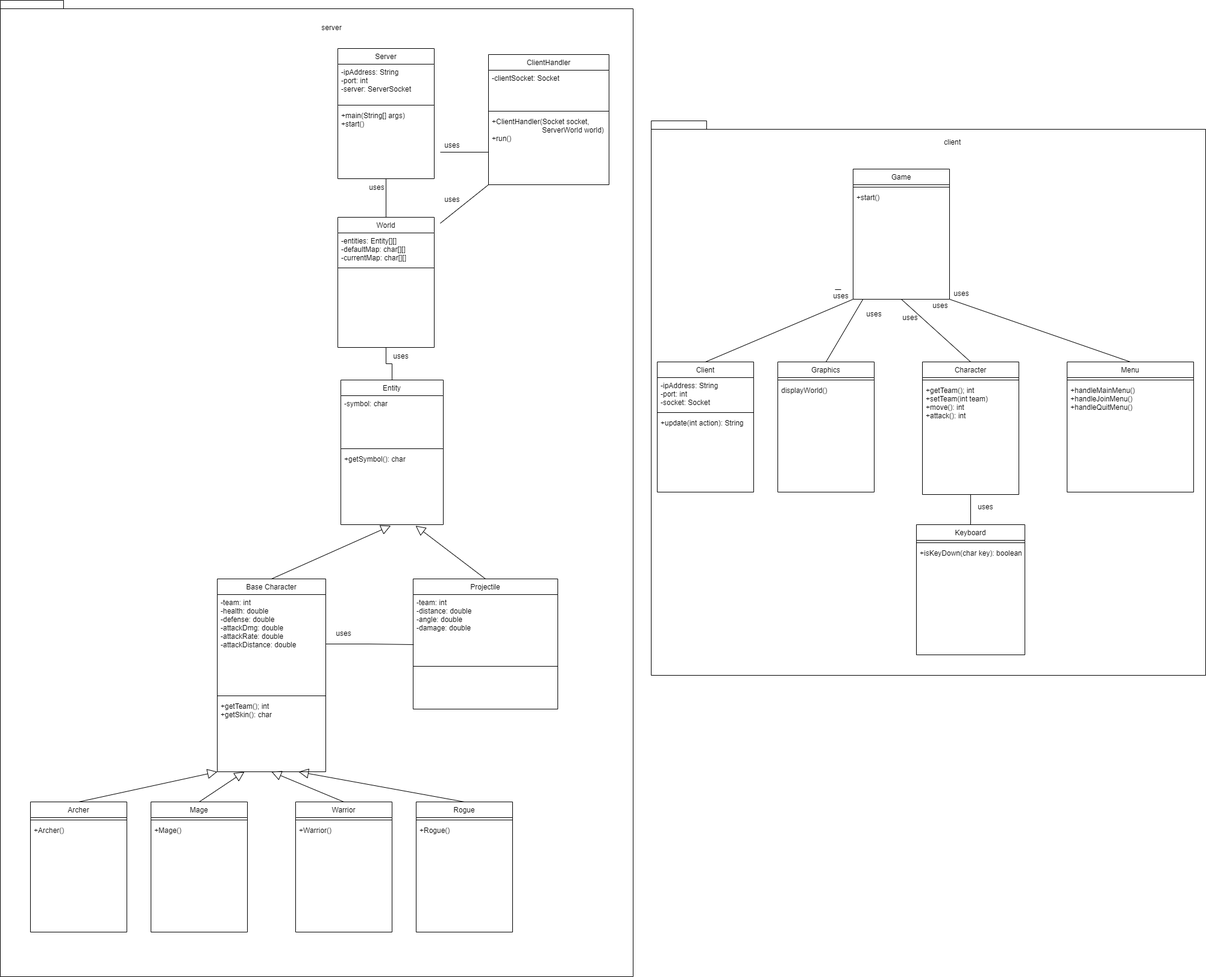
Earlier version of the draw.io export Project Diagram.png (TravisHammondCSUS/CSC131Project). Source tidied: cells renumbered, new cells last; positions are measured from the earlier drawing's top-left corner, leaving out a move shared by most shapes.
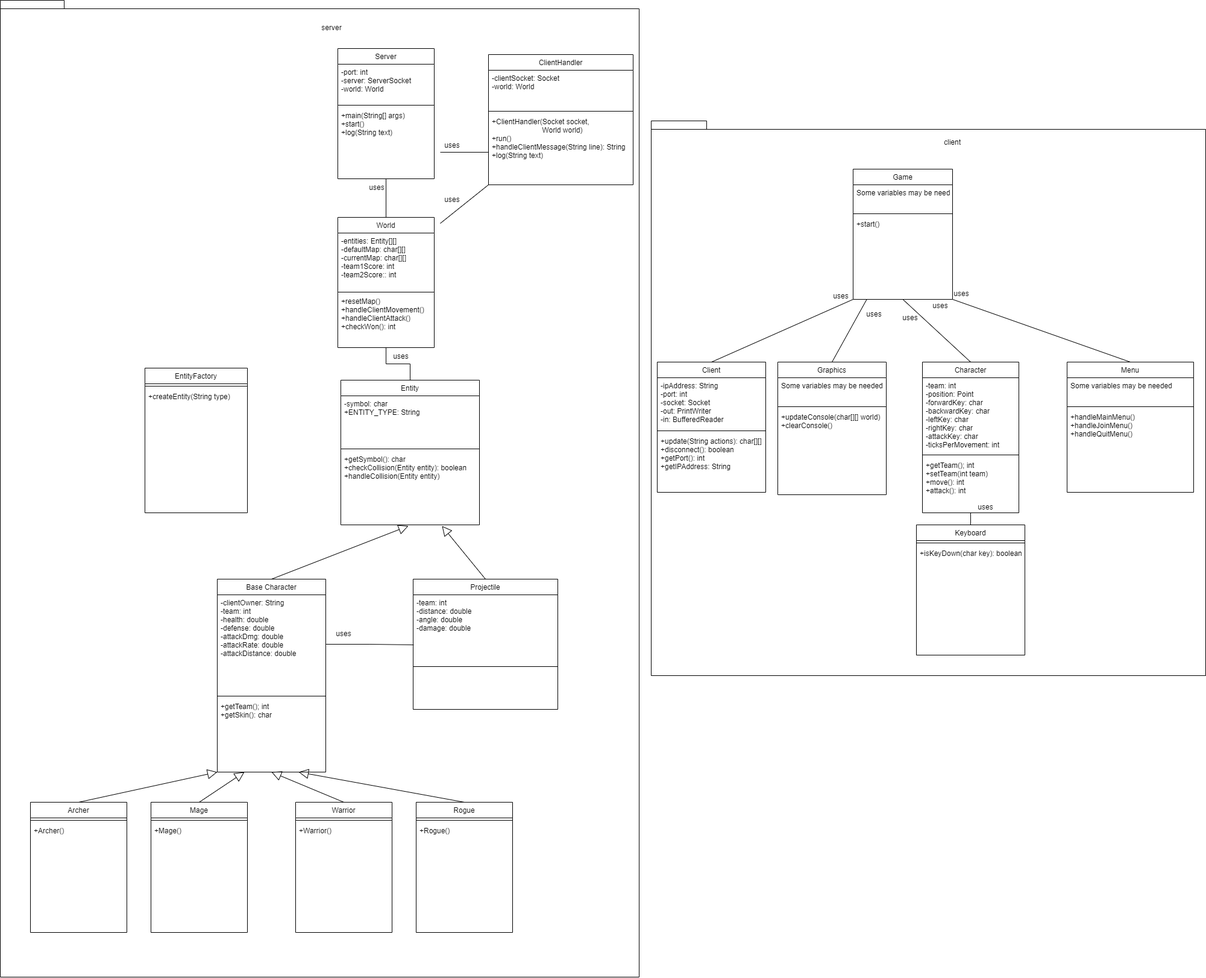
After the commit.

What changed in the source:
```diff
@@ -6,7 +6,7 @@
       <mxGeometry x="1080" y="200" width="920" height="920" as="geometry" />
     </mxCell>
     <mxCell id="3" style="shape=folder;fontStyle=1;spacingTop=10;tabWidth=40;tabHeight=14;tabPosition=left;html=1;align=left;" parent="1" vertex="1">
-      <mxGeometry width="1050" height="1620" as="geometry" />
+      <mxGeometry width="1060" height="1620" as="geometry" />
     </mxCell>
     <mxCell id="4" style="edgeStyle=none;curved=1;rounded=0;jettySize=auto;html=1;exitX=0.5;exitY=1;exitDx=0;exitDy=0;entryX=0.5;entryY=0;entryDx=0;entryDy=0;endArrow=none;endFill=0;startSize=14;endSize=14;sourcePerimeterSpacing=0;targetPerimeterSpacing=0;" parent="1" edge="1" source="5" target="10">
       <mxGeometry relative="1" as="geometry" />
@@ -14,13 +14,13 @@
     <mxCell id="5" value="Server" style="swimlane;fontStyle=0;align=center;verticalAlign=top;horizontal=1;startSize=26;rounded=0;shadow=0;strokeWidth=1;" parent="1" vertex="1">
       <mxGeometry x="560" y="80" width="160" height="216" as="geometry" />
     </mxCell>
-    <mxCell id="6" value="-ipAddress: String&#10;-port: int&#10;-server: ServerSocket" style="text;align=left;verticalAlign=top;spacingLeft=4;spacingRight=4;overflow=hidden;rounded=0;shadow=0;html=0;" parent="5" vertex="1">
+    <mxCell id="6" value="-port: int&#10;-server: ServerSocket&#10;-world: World" style="text;align=left;verticalAlign=top;spacingLeft=4;spacingRight=4;overflow=hidden;rounded=0;shadow=0;html=0;" parent="5" vertex="1">
       <mxGeometry y="26" width="160" height="64" as="geometry" />
     </mxCell>
     <mxCell id="7" style="line;html=1;strokeWidth=1;align=left;verticalAlign=middle;spacingTop=-1;spacingLeft=3;spacingRight=3;labelPosition=right;" parent="5" vertex="1">
       <mxGeometry y="90" width="160" height="8" as="geometry" />
     </mxCell>
-    <mxCell id="8" value="+main(String[] args)&#10;+start()&#10;" style="text;align=left;verticalAlign=top;spacingLeft=4;spacingRight=4;overflow=hidden;" parent="5" vertex="1">
+    <mxCell id="8" value="+main(String[] args)&#10;+start()&#10;+log(String text)" style="text;align=left;verticalAlign=top;spacingLeft=4;spacingRight=4;overflow=hidden;" parent="5" vertex="1">
       <mxGeometry y="98" width="160" height="92" as="geometry" />
     </mxCell>
     <mxCell id="9" style="edgeStyle=orthogonalEdgeStyle;rounded=0;jettySize=auto;html=1;entryX=0.5;entryY=0;entryDx=0;entryDy=0;endArrow=none;endFill=0;" parent="1" edge="1" source="10" target="37">
@@ -29,11 +29,11 @@
     <mxCell id="10" value="World" style="swimlane;fontStyle=0;align=center;verticalAlign=top;horizontal=1;startSize=26;rounded=0;shadow=0;strokeWidth=1;" parent="1" vertex="1">
       <mxGeometry x="560" y="360" width="160" height="216" as="geometry" />
     </mxCell>
-    <mxCell id="11" value="-entities: Entity[][]&#10;-defaultMap: char[][]&#10;-currentMap: char[][]" style="text;align=left;verticalAlign=top;spacingLeft=4;spacingRight=4;overflow=hidden;rounded=0;shadow=0;html=0;" parent="10" vertex="1">
-      <mxGeometry y="26" width="160" height="44" as="geometry" />
+    <mxCell id="11" value="-entities: Entity[][]&#10;-defaultMap: char[][]&#10;-currentMap: char[][]&#10;-team1Score: int&#10;-team2Score:: int" style="text;align=left;verticalAlign=top;spacingLeft=4;spacingRight=4;overflow=hidden;rounded=0;shadow=0;html=0;" parent="10" vertex="1">
+      <mxGeometry y="26" width="160" height="84" as="geometry" />
     </mxCell>
     <mxCell id="12" style="line;html=1;strokeWidth=1;align=left;verticalAlign=middle;spacingTop=-1;spacingLeft=3;spacingRight=3;labelPosition=right;" parent="10" vertex="1">
-      <mxGeometry y="70" width="160" height="28" as="geometry" />
+      <mxGeometry y="110" width="160" height="28" as="geometry" />
     </mxCell>
     <mxCell id="13" style="edgeStyle=none;curved=1;rounded=0;jettySize=auto;html=1;exitX=0.5;exitY=1;exitDx=0;exitDy=0;entryX=0.5;entryY=0;entryDx=0;entryDy=0;endArrow=none;endFill=0;startSize=14;endSize=14;sourcePerimeterSpacing=0;targetPerimeterSpacing=0;startArrow=block;startFill=0;" parent="1" edge="1" source="17" target="27">
       <mxGeometry relative="1" as="geometry" />
@@ -50,7 +50,7 @@
     <mxCell id="17" value="Base Character" style="swimlane;fontStyle=0;align=center;verticalAlign=top;horizontal=1;startSize=26;rounded=0;shadow=0;strokeWidth=1;" parent="1" vertex="1">
       <mxGeometry x="360" y="960" width="180" height="320" as="geometry" />
     </mxCell>
-    <mxCell id="18" value="-team: int&#10;-health: double&#10;-defense: double&#10;-attackDmg: double&#10;-attackRate: double&#10;-attackDistance: double" style="text;align=left;verticalAlign=top;spacingLeft=4;spacingRight=4;overflow=hidden;points=[[0,0.5],[1,0.5]];portConstraint=eastwest;rounded=0;shadow=0;html=0;" parent="17" vertex="1">
+    <mxCell id="18" value="-clientOwner: String&#10;-team: int&#10;-health: double&#10;-defense: double&#10;-attackDmg: double&#10;-attackRate: double&#10;-attackDistance: double" style="text;align=left;verticalAlign=top;spacingLeft=4;spacingRight=4;overflow=hidden;points=[[0,0.5],[1,0.5]];portConstraint=eastwest;rounded=0;shadow=0;html=0;" parent="17" vertex="1">
       <mxGeometry y="26" width="180" height="164" as="geometry" />
     </mxCell>
     <mxCell id="19" style="line;html=1;strokeWidth=1;align=left;verticalAlign=middle;spacingTop=-1;spacingLeft=3;spacingRight=3;labelPosition=right;" parent="17" vertex="1">
@@ -108,16 +108,16 @@
       <mxGeometry y="120" width="240" height="50" as="geometry" />
     </mxCell>
     <mxCell id="37" value="Entity" style="swimlane;fontStyle=0;align=center;verticalAlign=top;horizontal=1;startSize=26;rounded=0;shadow=0;strokeWidth=1;" parent="1" vertex="1">
-      <mxGeometry x="565" y="630" width="170" height="240" as="geometry" />
+      <mxGeometry x="565" y="630" width="230" height="240" as="geometry" />
     </mxCell>
-    <mxCell id="38" value="-symbol: char" style="text;align=left;verticalAlign=top;spacingLeft=4;spacingRight=4;overflow=hidden;rounded=0;shadow=0;html=0;" parent="37" vertex="1">
-      <mxGeometry y="26" width="170" height="84" as="geometry" />
+    <mxCell id="38" value="-symbol: char&#10;+ENTITY_TYPE: String" style="text;align=left;verticalAlign=top;spacingLeft=4;spacingRight=4;overflow=hidden;rounded=0;shadow=0;html=0;" parent="37" vertex="1">
+      <mxGeometry y="26" width="230" height="84" as="geometry" />
     </mxCell>
     <mxCell id="39" style="line;html=1;strokeWidth=1;align=left;verticalAlign=middle;spacingTop=-1;spacingLeft=3;spacingRight=3;labelPosition=right;" parent="37" vertex="1">
-      <mxGeometry y="110" width="170" height="8" as="geometry" />
+      <mxGeometry y="110" width="230" height="8" as="geometry" />
     </mxCell>
-    <mxCell id="40" value="+getSymbol(): char" style="text;align=left;verticalAlign=top;spacingLeft=4;spacingRight=4;overflow=hidden;points=[[0,0.5],[1,0.5]];portConstraint=eastwest;" parent="37" vertex="1">
-      <mxGeometry y="118" width="170" height="122" as="geometry" />
+    <mxCell id="40" value="+getSymbol(): char&#10;+checkCollision(Entity entity): boolean&#10;+handleCollision(Entity entity)" style="text;align=left;verticalAlign=top;spacingLeft=4;spacingRight=4;overflow=hidden;points=[[0,0.5],[1,0.5]];portConstraint=eastwest;" parent="37" vertex="1">
+      <mxGeometry y="118" width="230" height="122" as="geometry" />
     </mxCell>
     <mxCell id="41" value="uses" style="text;html=1;strokeColor=none;fillColor=none;align=center;verticalAlign=middle;whiteSpace=wrap;rounded=0;hachureGap=4;" parent="1" vertex="1">
       <mxGeometry x="645" y="580" width="40" height="20" as="geometry" />
@@ -129,25 +129,28 @@
       <mxGeometry relative="1" as="geometry" />
     </mxCell>
     <mxCell id="44" value="Client" style="swimlane;fontStyle=0;align=center;verticalAlign=top;horizontal=1;startSize=26;rounded=0;shadow=0;strokeWidth=1;" parent="1" vertex="1">
-      <mxGeometry x="1090" y="600" width="160" height="216" as="geometry" />
+      <mxGeometry x="1090" y="600" width="180" height="216" as="geometry" />
     </mxCell>
-    <mxCell id="45" value="-ipAddress: String&#10;-port: int&#10;-socket: Socket" style="text;align=left;verticalAlign=top;spacingLeft=4;spacingRight=4;overflow=hidden;rounded=0;shadow=0;html=0;" parent="44" vertex="1">
-      <mxGeometry y="26" width="160" height="54" as="geometry" />
+    <mxCell id="45" value="-ipAddress: String&#10;-port: int&#10;-socket: Socket&#10;-out: PrintWriter&#10;-in: BufferedReader" style="text;align=left;verticalAlign=top;spacingLeft=4;spacingRight=4;overflow=hidden;rounded=0;shadow=0;html=0;" parent="44" vertex="1">
+      <mxGeometry y="26" width="180" height="84" as="geometry" />
     </mxCell>
     <mxCell id="46" style="line;html=1;strokeWidth=1;align=left;verticalAlign=middle;spacingTop=-1;spacingLeft=3;spacingRight=3;labelPosition=right;" parent="44" vertex="1">
-      <mxGeometry y="80" width="160" height="8" as="geometry" />
+      <mxGeometry y="110" width="180" height="8" as="geometry" />
     </mxCell>
-    <mxCell id="47" value="+update(int action): String" style="text;align=left;verticalAlign=top;spacingLeft=4;spacingRight=4;overflow=hidden;" parent="44" vertex="1">
-      <mxGeometry y="88" width="160" height="72" as="geometry" />
+    <mxCell id="47" value="+update(String actions): char[][]&#10;+disconnect(): boolean&#10;+getPort(): int&#10;+getIPAddress: String" style="text;align=left;verticalAlign=top;spacingLeft=4;spacingRight=4;overflow=hidden;" parent="44" vertex="1">
+      <mxGeometry y="118" width="180" height="82" as="geometry" />
     </mxCell>
     <mxCell id="48" value="Graphics" style="swimlane;fontStyle=0;align=center;verticalAlign=top;horizontal=1;startSize=26;rounded=0;shadow=0;strokeWidth=1;" parent="1" vertex="1">
-      <mxGeometry x="1290" y="600" width="160" height="216" as="geometry" />
+      <mxGeometry x="1290" y="600" width="180" height="220" as="geometry" />
     </mxCell>
+    <mxCell id="87" value="Some variables may be needed" style="text;align=left;verticalAlign=top;spacingLeft=4;spacingRight=4;overflow=hidden;rounded=0;shadow=0;html=0;" parent="48" vertex="1">
+      <mxGeometry y="26" width="180" height="44" as="geometry" />
+    </mxCell>
     <mxCell id="49" style="line;html=1;strokeWidth=1;align=left;verticalAlign=middle;spacingTop=-1;spacingLeft=3;spacingRight=3;labelPosition=right;" parent="48" vertex="1">
-      <mxGeometry y="26" width="160" height="8" as="geometry" />
+      <mxGeometry y="70" width="180" height="8" as="geometry" />
     </mxCell>
-    <mxCell id="50" value="displayWorld()" style="text;align=left;verticalAlign=top;spacingLeft=4;spacingRight=4;overflow=hidden;" parent="48" vertex="1">
-      <mxGeometry y="34" width="160" height="26" as="geometry" />
+    <mxCell id="50" value="+updateConsole(char[][] world)&#10;+clearConsole()&#10;" style="text;align=left;verticalAlign=top;spacingLeft=4;spacingRight=4;overflow=hidden;" parent="48" vertex="1">
+      <mxGeometry y="78" width="180" height="100" as="geometry" />
     </mxCell>
     <mxCell id="51" style="edgeStyle=none;rounded=0;jettySize=auto;html=1;exitX=0.5;exitY=0;exitDx=0;exitDy=0;entryX=0.5;entryY=1;entryDx=0;entryDy=0;endArrow=none;endFill=0;" parent="1" edge="1" source="52" target="77">
       <mxGeometry relative="1" as="geometry" />
@@ -164,11 +167,14 @@
     <mxCell id="55" value="Menu" style="swimlane;fontStyle=0;align=center;verticalAlign=top;horizontal=1;startSize=26;rounded=0;shadow=0;strokeWidth=1;" parent="1" vertex="1">
       <mxGeometry x="1770" y="600" width="210" height="216" as="geometry" />
     </mxCell>
+    <mxCell id="88" value="Some variables may be needed" style="text;align=left;verticalAlign=top;spacingLeft=4;spacingRight=4;overflow=hidden;rounded=0;shadow=0;html=0;" parent="55" vertex="1">
+      <mxGeometry y="26" width="210" height="44" as="geometry" />
+    </mxCell>
     <mxCell id="56" style="line;html=1;strokeWidth=1;align=left;verticalAlign=middle;spacingTop=-1;spacingLeft=3;spacingRight=3;labelPosition=right;" parent="55" vertex="1">
-      <mxGeometry y="26" width="210" height="8" as="geometry" />
+      <mxGeometry y="70" width="210" height="8" as="geometry" />
     </mxCell>
     <mxCell id="57" value="+handleMainMenu()&#10;+handleJoinMenu()&#10;+handleQuitMenu()&#10;" style="text;align=left;verticalAlign=top;spacingLeft=4;spacingRight=4;overflow=hidden;" parent="55" vertex="1">
-      <mxGeometry y="34" width="210" height="130" as="geometry" />
+      <mxGeometry y="78" width="210" height="130" as="geometry" />
     </mxCell>
     <mxCell id="58" style="edgeStyle=none;curved=1;rounded=0;jettySize=auto;html=1;entryX=0.5;entryY=0;entryDx=0;entryDy=0;endArrow=none;startSize=14;endSize=14;sourcePerimeterSpacing=0;targetPerimeterSpacing=0;endFill=0;" parent="1" edge="1" source="61" target="48">
       <mxGeometry relative="1" as="geometry" />
@@ -180,13 +186,16 @@
       <mxGeometry relative="1" as="geometry" />
     </mxCell>
     <mxCell id="61" value="Game" style="swimlane;fontStyle=0;align=center;verticalAlign=top;horizontal=1;startSize=26;rounded=0;shadow=0;strokeWidth=1;" parent="1" vertex="1">
-      <mxGeometry x="1415" y="280" width="160" height="216" as="geometry" />
+      <mxGeometry x="1415" y="280" width="165" height="216" as="geometry" />
     </mxCell>
+    <mxCell id="89" value="Some variables may be needed" style="text;align=left;verticalAlign=top;spacingLeft=4;spacingRight=4;overflow=hidden;rounded=0;shadow=0;html=0;" parent="61" vertex="1">
+      <mxGeometry y="26" width="165" height="44" as="geometry" />
+    </mxCell>
     <mxCell id="62" style="line;html=1;strokeWidth=1;align=left;verticalAlign=middle;spacingTop=-1;spacingLeft=3;spacingRight=3;labelPosition=right;" parent="61" vertex="1">
-      <mxGeometry y="26" width="160" height="8" as="geometry" />
+      <mxGeometry y="70" width="165" height="8" as="geometry" />
     </mxCell>
     <mxCell id="63" value="+start()" style="text;align=left;verticalAlign=top;spacingLeft=4;spacingRight=4;overflow=hidden;" parent="61" vertex="1">
-      <mxGeometry y="34" width="160" height="26" as="geometry" />
+      <mxGeometry y="78" width="165" height="26" as="geometry" />
     </mxCell>
     <mxCell id="64" value="uses" style="text;html=1;strokeColor=none;fillColor=none;align=center;verticalAlign=middle;whiteSpace=wrap;rounded=0;hachureGap=4;" parent="1" vertex="1">
       <mxGeometry x="1490" y="516" width="40" height="20" as="geometry" />
@@ -201,16 +210,16 @@
       <mxGeometry x="1375" y="480" width="40" height="20" as="geometry" />
     </mxCell>
     <mxCell id="68" value="ClientHandler" style="swimlane;fontStyle=0;align=center;verticalAlign=top;horizontal=1;startSize=26;rounded=0;shadow=0;strokeWidth=1;" parent="1" vertex="1">
-      <mxGeometry x="810" y="90" width="200" height="216" as="geometry" />
+      <mxGeometry x="810" y="90" width="240" height="216" as="geometry" />
     </mxCell>
-    <mxCell id="69" value="-clientSocket: Socket" style="text;align=left;verticalAlign=top;spacingLeft=4;spacingRight=4;overflow=hidden;rounded=0;shadow=0;html=0;" parent="68" vertex="1">
-      <mxGeometry y="26" width="200" height="64" as="geometry" />
+    <mxCell id="69" value="-clientSocket: Socket&#10;-world: World" style="text;align=left;verticalAlign=top;spacingLeft=4;spacingRight=4;overflow=hidden;rounded=0;shadow=0;html=0;" parent="68" vertex="1">
+      <mxGeometry y="26" width="240" height="64" as="geometry" />
     </mxCell>
     <mxCell id="70" style="line;html=1;strokeWidth=1;align=left;verticalAlign=middle;spacingTop=-1;spacingLeft=3;spacingRight=3;labelPosition=right;" parent="68" vertex="1">
-      <mxGeometry y="90" width="200" height="8" as="geometry" />
+      <mxGeometry y="90" width="240" height="8" as="geometry" />
     </mxCell>
-    <mxCell id="71" value="+ClientHandler(Socket socket,&#10;                         ServerWorld world)&#10;+run()" style="text;align=left;verticalAlign=top;spacingLeft=4;spacingRight=4;overflow=hidden;" parent="68" vertex="1">
-      <mxGeometry y="98" width="200" height="72" as="geometry" />
+    <mxCell id="71" value="+ClientHandler(Socket socket,&#10;                         World world)&#10;+run()&#10;+handleClientMessage(String line): String&#10;+log(String text)" style="text;align=left;verticalAlign=top;spacingLeft=4;spacingRight=4;overflow=hidden;" parent="68" vertex="1">
+      <mxGeometry y="98" width="240" height="102" as="geometry" />
     </mxCell>
     <mxCell id="72" style="edgeStyle=none;curved=1;rounded=0;jettySize=auto;html=1;exitX=1;exitY=0.75;exitDx=0;exitDy=0;entryX=0;entryY=0.75;entryDx=0;entryDy=0;endArrow=none;endFill=0;startSize=14;endSize=14;sourcePerimeterSpacing=0;targetPerimeterSpacing=0;" parent="1" edge="1" target="68">
       <mxGeometry relative="1" as="geometry">
@@ -232,13 +241,16 @@
       <mxGeometry relative="1" as="geometry" />
     </mxCell>
     <mxCell id="77" value="Character" style="swimlane;fontStyle=0;align=center;verticalAlign=top;horizontal=1;startSize=26;rounded=0;shadow=0;strokeWidth=1;" parent="1" vertex="1">
-      <mxGeometry x="1530" y="600" width="160" height="220" as="geometry" />
+      <mxGeometry x="1530" y="600" width="160" height="250" as="geometry" />
     </mxCell>
+    <mxCell id="90" value="-team: int&#10;-position: Point&#10;-forwardKey: char&#10;-backwardKey: char&#10;-leftKey: char&#10;-rightKey: char&#10;-attackKey: char&#10;-ticksPerMovement: int" style="text;align=left;verticalAlign=top;spacingLeft=4;spacingRight=4;overflow=hidden;rounded=0;shadow=0;html=0;" parent="77" vertex="1">
+      <mxGeometry y="26" width="160" height="124" as="geometry" />
+    </mxCell>
     <mxCell id="78" style="line;html=1;strokeWidth=1;align=left;verticalAlign=middle;spacingTop=-1;spacingLeft=3;spacingRight=3;labelPosition=right;" parent="77" vertex="1">
-      <mxGeometry y="26" width="160" height="8" as="geometry" />
+      <mxGeometry y="150" width="160" height="8" as="geometry" />
     </mxCell>
     <mxCell id="79" value="+getTeam(); int&#10;+setTeam(int team)&#10;+move(): int&#10;+attack(): int" style="text;align=left;verticalAlign=top;spacingLeft=4;spacingRight=4;overflow=hidden;" parent="77" vertex="1">
-      <mxGeometry y="34" width="160" height="142" as="geometry" />
+      <mxGeometry y="158" width="160" height="92" as="geometry" />
     </mxCell>
     <mxCell id="80" value="uses" style="text;html=1;strokeColor=none;fillColor=none;align=center;verticalAlign=middle;whiteSpace=wrap;rounded=0;hachureGap=4;" parent="1" vertex="1">
       <mxGeometry x="1430" y="510" width="40" height="20" as="geometry" />
@@ -255,11 +267,20 @@
     <mxCell id="84" style="edgeStyle=orthogonalEdgeStyle;rounded=0;jettySize=auto;html=1;exitX=1;exitY=0.5;exitDx=0;exitDy=0;entryX=0.004;entryY=0.883;entryDx=0;entryDy=0;entryPerimeter=0;endArrow=none;endFill=0;" parent="1" edge="1" source="18" target="35">
       <mxGeometry relative="1" as="geometry" />
     </mxCell>
-    <mxCell id="85" style="edgeStyle=orthogonalEdgeStyle;rounded=0;orthogonalLoop=1;jettySize=auto;html=1;exitX=0.25;exitY=0;exitDx=0;exitDy=0;entryX=0.5;entryY=0;entryDx=0;entryDy=0;endArrow=none;endFill=0;" parent="1" edge="1" source="67" target="67">
-      <mxGeometry relative="1" as="geometry" />
-    </mxCell>
     <mxCell id="86" value="uses" style="text;html=1;strokeColor=none;fillColor=none;align=center;verticalAlign=middle;whiteSpace=wrap;rounded=0;hachureGap=4;" parent="1" vertex="1">
       <mxGeometry x="550" y="1040" width="40" height="20" as="geometry" />
     </mxCell>
+    <mxCell id="91" value="EntityFactory" style="swimlane;fontStyle=0;align=center;verticalAlign=top;horizontal=1;startSize=26;rounded=0;shadow=0;strokeWidth=1;" parent="1" vertex="1">
+      <mxGeometry x="240" y="610" width="170" height="240" as="geometry" />
+    </mxCell>
+    <mxCell id="92" style="line;html=1;strokeWidth=1;align=left;verticalAlign=middle;spacingTop=-1;spacingLeft=3;spacingRight=3;labelPosition=right;" parent="91" vertex="1">
+      <mxGeometry y="26" width="170" height="8" as="geometry" />
+    </mxCell>
+    <mxCell id="93" value="+createEntity(String type)" style="text;align=left;verticalAlign=top;spacingLeft=4;spacingRight=4;overflow=hidden;" parent="91" vertex="1">
+      <mxGeometry y="34" width="170" height="122" as="geometry" />
+    </mxCell>
+    <mxCell id="94" value="+resetMap()&#10;+handleClientMovement()&#10;+handleClientAttack()&#10;+checkWon(): int&#10;" style="text;align=left;verticalAlign=top;spacingLeft=4;spacingRight=4;overflow=hidden;rounded=0;shadow=0;html=0;" parent="1" vertex="1">
+      <mxGeometry x="560" y="486" width="160" height="80" as="geometry" />
+    </mxCell>
   </root>
 </mxGraphModel>
```
